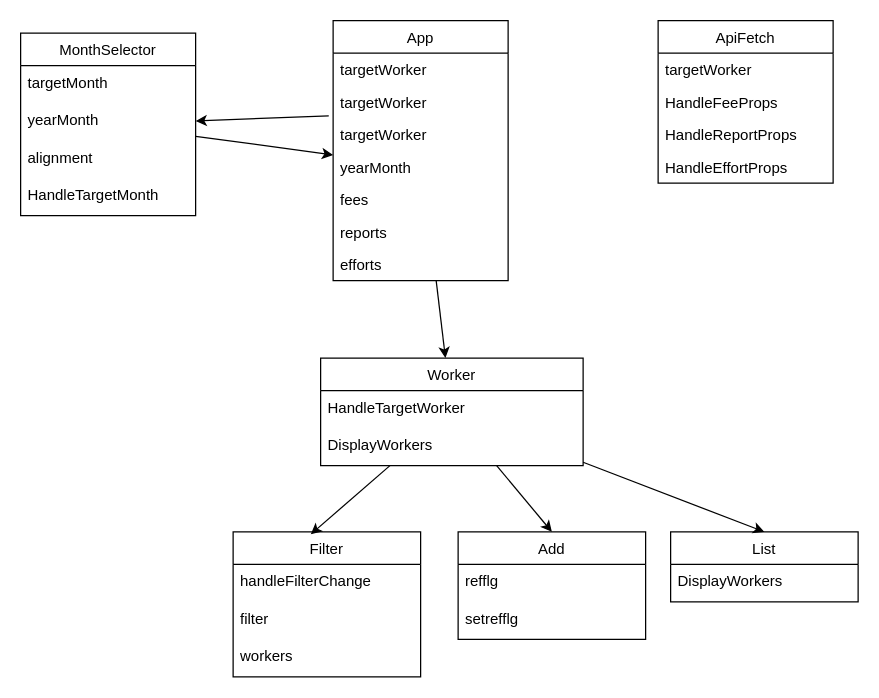
Before: Front.dio in snrnapa/FeeManage_Front, a draw.io diagram. Source tidied: cells renumbered, new cells numbered last; positions are measured from the earlier drawing's top-left corner, leaving out a move shared by most shapes. Both pictures are drawn from the tidied source at 125%, with x=0, y=0 at pixel (20, 20).
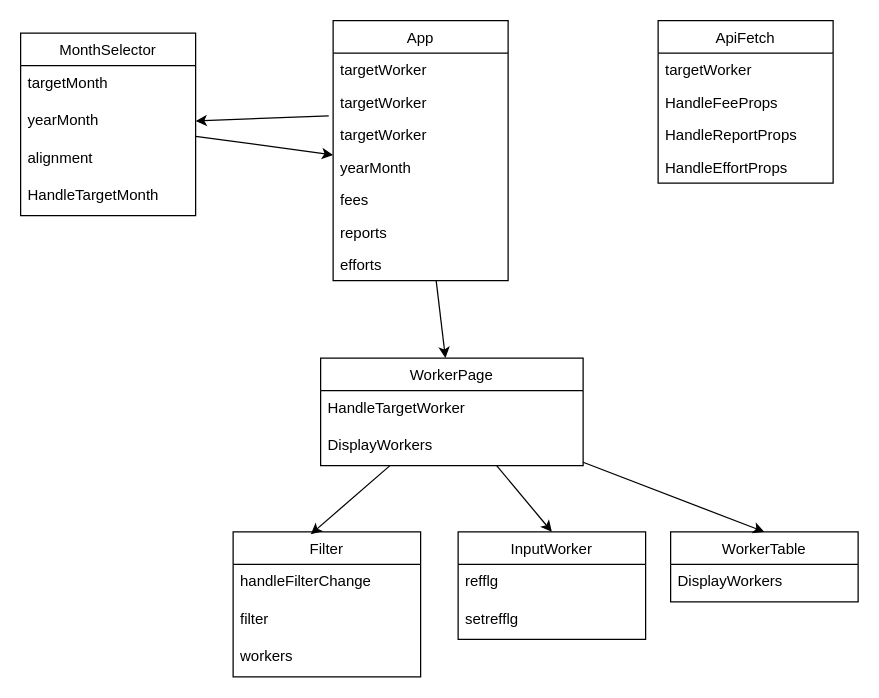
The same diagram, later.

What changed in the source:
```diff
@@
-    <mxCell id="20" value="Worker" style="swimlane;fontStyle=0;horizontal=1;startSize=26;fillColor=none;flipH=0;" parent="1" vertex="1">
+    <mxCell id="20" value="WorkerPage" style="swimlane;fontStyle=0;horizontal=1;startSize=26;fillColor=none;flipH=0;" parent="1" vertex="1">
       <mxGeometry x="240" y="270" width="210" height="86" as="geometry" />
     </mxCell>
@@
-    <mxCell id="27" value="Add" style="swimlane;fontStyle=0;horizontal=1;startSize=26;fillColor=none;flipH=0;" parent="1" vertex="1">
+    <mxCell id="27" value="InputWorker" style="swimlane;fontStyle=0;horizontal=1;startSize=26;fillColor=none;flipH=0;" parent="1" vertex="1">
       <mxGeometry x="350" y="409" width="150" height="86" as="geometry" />
     </mxCell>
@@
-    <mxCell id="30" value="List" style="swimlane;fontStyle=0;horizontal=1;startSize=26;fillColor=none;flipH=0;" parent="1" vertex="1">
+    <mxCell id="30" value="WorkerTable" style="swimlane;fontStyle=0;horizontal=1;startSize=26;fillColor=none;flipH=0;" parent="1" vertex="1">
       <mxGeometry x="520" y="409" width="150" height="56" as="geometry" />
     </mxCell>
```
